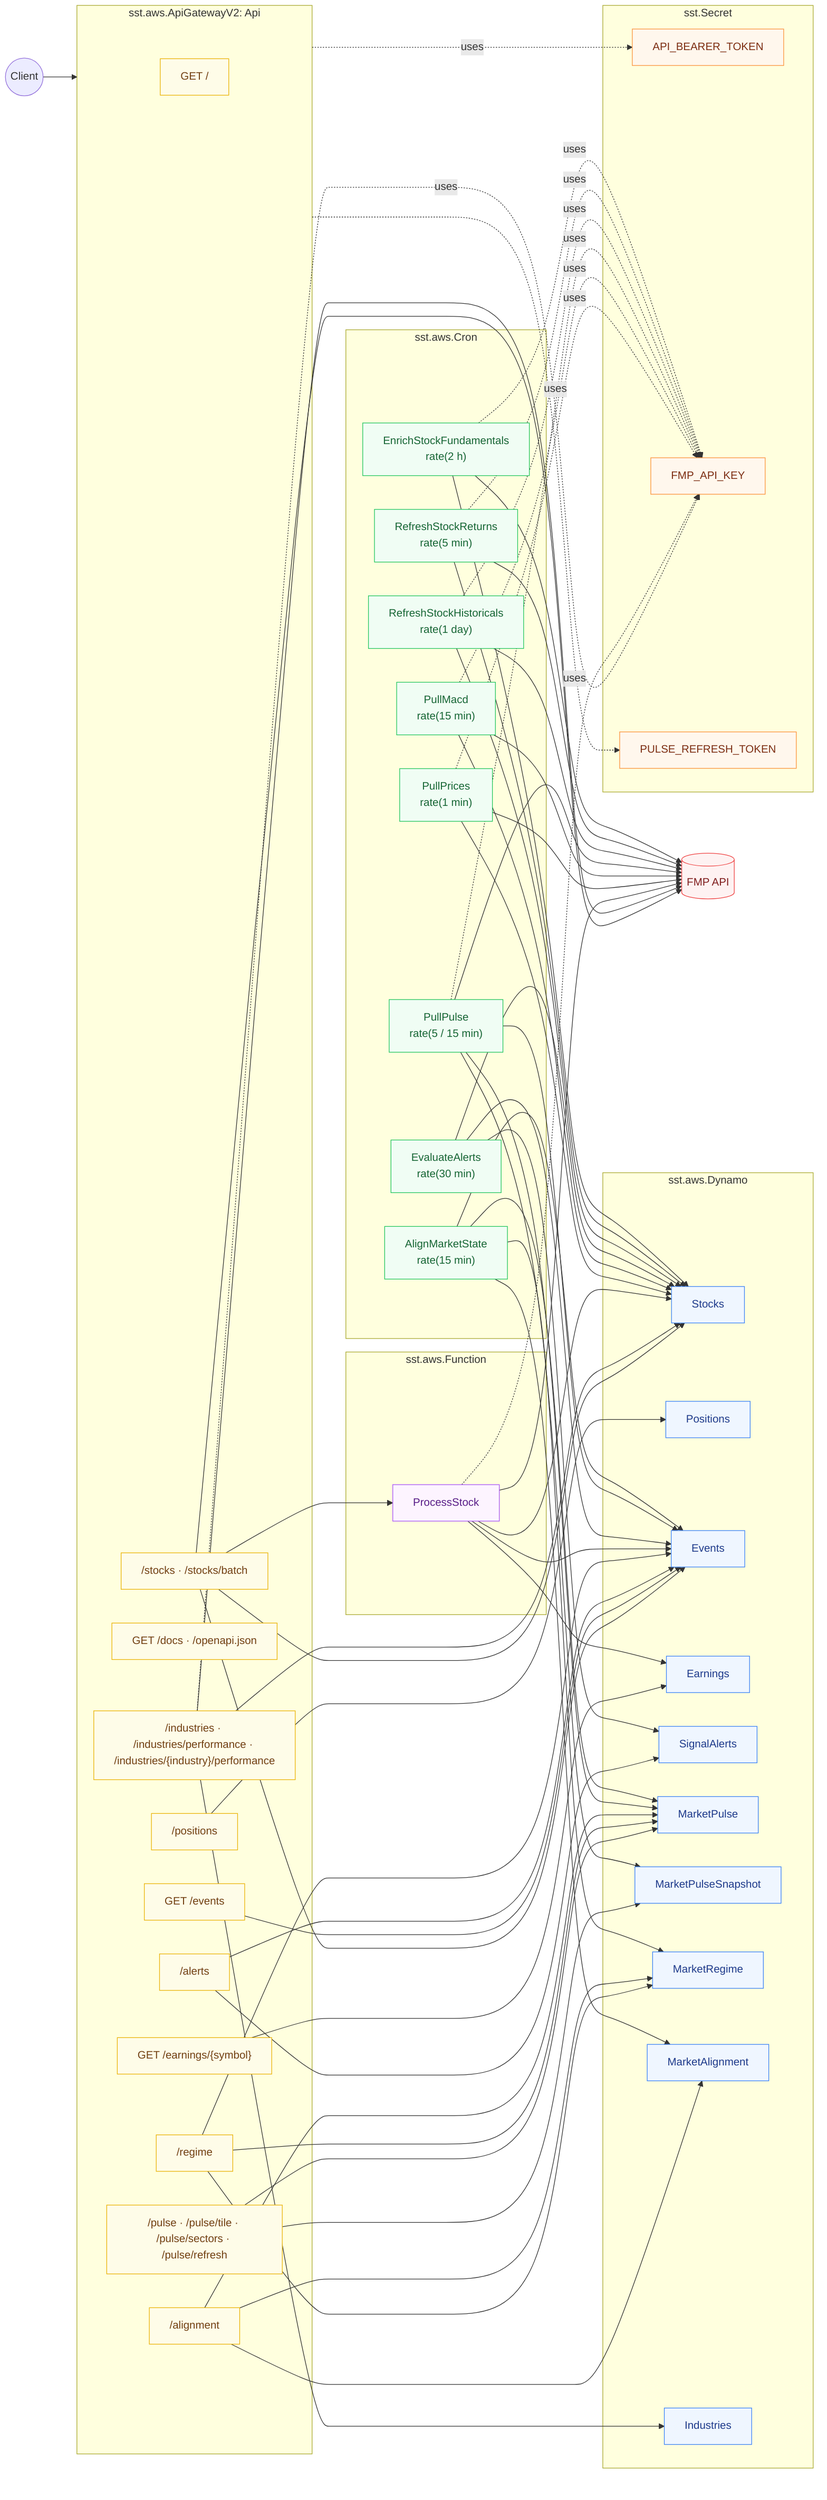
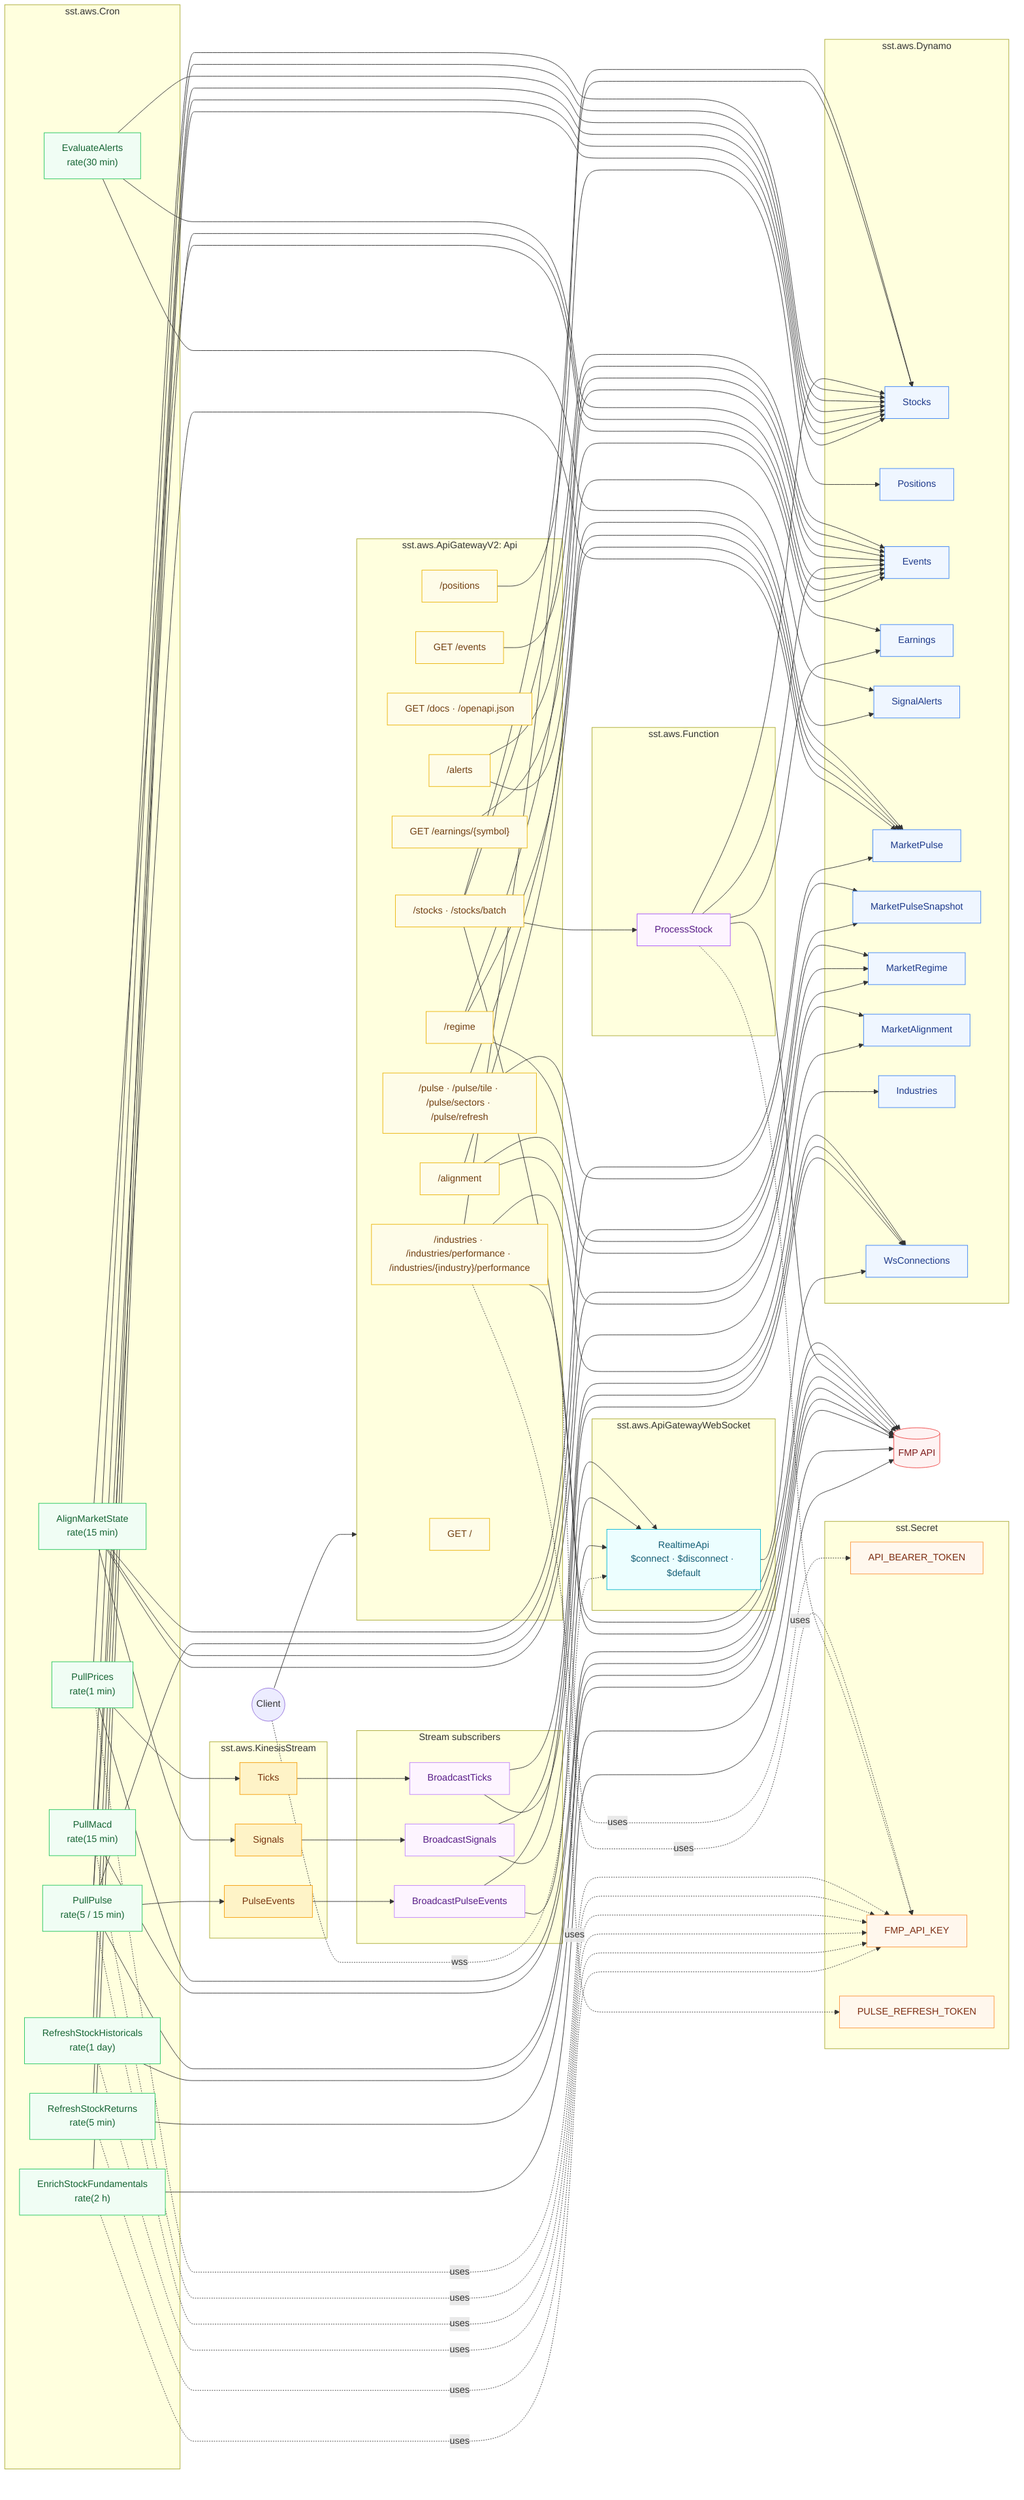
%% rendered: ./sst-architecture.svg
%% regenerate: mmdc -i sst-architecture.mmd -o sst-architecture.svg -b transparent
flowchart LR
  subgraph Secrets["sst.Secret"]
    SEC_BEARER[API_BEARER_TOKEN]
    SEC_FMP[FMP_API_KEY]
    SEC_REFRESH[PULSE_REFRESH_TOKEN]
  end

  subgraph Tables["sst.aws.Dynamo"]
    T_STOCKS[Stocks]
    T_POSITIONS[Positions]
    T_EVENTS[Events]
    T_EARNINGS[Earnings]
    T_ALERTS[SignalAlerts]
    T_PULSE[MarketPulse]
    T_PULSE_SNAP[MarketPulseSnapshot]
    T_REGIME[MarketRegime]
    T_ALIGN[MarketAlignment]
    T_INDUSTRIES[Industries]
+     T_WS[WsConnections]
+   end
+ 
+   subgraph Streams["sst.aws.KinesisStream"]
+     K_TICKS[Ticks]
+     K_SIGNALS[Signals]
+     K_PULSE_EV[PulseEvents]
+   end
+ 
+   subgraph Realtime["sst.aws.ApiGatewayWebSocket"]
+     RT_API["RealtimeApi<br/>$connect · $disconnect · $default"]
+   end
+ 
+   subgraph Broadcasters["Stream subscribers"]
+     B_TICKS[BroadcastTicks]
+     B_SIGNALS[BroadcastSignals]
+     B_PULSE[BroadcastPulseEvents]
  end

  subgraph Crons["sst.aws.Cron"]
    C_PRICES["PullPrices<br/>rate(1 min)"]
    C_MACD["PullMacd<br/>rate(15 min)"]
    C_ALERTS["EvaluateAlerts<br/>rate(30 min)"]
    C_PULSE["PullPulse<br/>rate(5 / 15 min)"]
    C_ALIGN["AlignMarketState<br/>rate(15 min)"]
    C_HIST["RefreshStockHistoricals<br/>rate(1 day)"]
    C_RETURNS["RefreshStockReturns<br/>rate(5 min)"]
    C_ENRICH["EnrichStockFundamentals<br/>rate(2 h)"]
  end

  subgraph Functions["sst.aws.Function"]
    F_PROCESS[ProcessStock]
  end

  subgraph Api["sst.aws.ApiGatewayV2: Api"]
    R_HEALTH["GET /"]
    R_EVENTS["GET /events"]
    R_DOCS["GET /docs · /openapi.json"]
    R_STOCKS["/stocks · /stocks/batch"]
    R_EARNINGS["GET /earnings/{symbol}"]
    R_ALERTS["/alerts"]
    R_PULSE["/pulse · /pulse/tile · /pulse/sectors · /pulse/refresh"]
    R_REGIME["/regime"]
    R_ALIGNMENT["/alignment"]
    R_POSITIONS["/positions"]
    R_INDUSTRIES["/industries · /industries/performance · /industries/{industry}/performance"]
  end

  FMP[("FMP API")]
  Client((Client))

  Client --> Api

  R_STOCKS --> T_STOCKS
  R_STOCKS --> T_EVENTS
  R_STOCKS --> F_PROCESS
  R_STOCKS --> FMP
  R_EARNINGS --> T_EARNINGS
  R_EVENTS --> T_EVENTS
  R_ALERTS --> T_ALERTS
  R_ALERTS --> T_EVENTS
  R_PULSE --> T_PULSE
  R_PULSE --> T_PULSE_SNAP
  R_REGIME --> T_REGIME
  R_REGIME --> T_PULSE
  R_REGIME --> T_EVENTS
  R_ALIGNMENT --> T_ALIGN
  R_ALIGNMENT --> T_REGIME
  R_ALIGNMENT --> T_PULSE
  R_POSITIONS --> T_POSITIONS
  R_INDUSTRIES --> T_INDUSTRIES
  R_INDUSTRIES --> T_STOCKS
  R_INDUSTRIES --> FMP

  Api -. uses .-> SEC_BEARER
  Api -. uses .-> SEC_REFRESH
  R_INDUSTRIES -. uses .-> SEC_FMP

  F_PROCESS --> T_STOCKS
  F_PROCESS --> T_EARNINGS
  F_PROCESS --> T_EVENTS
  F_PROCESS --> FMP
  F_PROCESS -. uses .-> SEC_FMP

  C_PRICES --> T_STOCKS
  C_PRICES --> FMP
+   C_PRICES --> K_TICKS
+   C_PULSE --> K_PULSE_EV
+   C_ALIGN --> K_SIGNALS
+ 
+   K_TICKS --> B_TICKS
+   K_SIGNALS --> B_SIGNALS
+   K_PULSE_EV --> B_PULSE
+   B_TICKS --> T_WS
+   B_SIGNALS --> T_WS
+   B_PULSE --> T_WS
+   B_TICKS --> RT_API
+   B_SIGNALS --> RT_API
+   B_PULSE --> RT_API
+   RT_API --> T_WS
+   Client -. wss .-> RT_API
  C_MACD --> T_STOCKS
  C_MACD --> FMP
  C_ALERTS --> T_STOCKS
  C_ALERTS --> T_ALERTS
  C_ALERTS --> T_EVENTS
  C_PULSE --> T_PULSE
  C_PULSE --> T_PULSE_SNAP
  C_PULSE --> T_EVENTS
  C_PULSE --> FMP
  C_ALIGN --> T_PULSE
  C_ALIGN --> T_REGIME
  C_ALIGN --> T_ALIGN
  C_ALIGN --> T_EVENTS
  C_HIST --> T_STOCKS
  C_HIST --> FMP
  C_RETURNS --> T_STOCKS
  C_RETURNS --> FMP
  C_ENRICH --> T_STOCKS
  C_ENRICH --> FMP

  C_PRICES -. uses .-> SEC_FMP
  C_MACD -. uses .-> SEC_FMP
  C_PULSE -. uses .-> SEC_FMP
  C_HIST -. uses .-> SEC_FMP
  C_RETURNS -. uses .-> SEC_FMP
  C_ENRICH -. uses .-> SEC_FMP

  classDef secret fill:#fff7ed,stroke:#fb923c,color:#7c2d12
  classDef table fill:#eff6ff,stroke:#3b82f6,color:#1e3a8a
  classDef cron fill:#f0fdf4,stroke:#22c55e,color:#166534
  classDef fn fill:#fdf4ff,stroke:#a855f7,color:#581c87
  classDef route fill:#fefce8,stroke:#eab308,color:#713f12
  classDef ext fill:#fef2f2,stroke:#ef4444,color:#7f1d1d

  class SEC_BEARER,SEC_FMP,SEC_REFRESH secret
-   class T_STOCKS,T_POSITIONS,T_EVENTS,T_EARNINGS,T_ALERTS,T_PULSE,T_PULSE_SNAP,T_REGIME,T_ALIGN,T_INDUSTRIES table
+   class T_STOCKS,T_POSITIONS,T_EVENTS,T_EARNINGS,T_ALERTS,T_PULSE,T_PULSE_SNAP,T_REGIME,T_ALIGN,T_INDUSTRIES,T_WS table
+   classDef stream fill:#fef3c7,stroke:#f59e0b,color:#78350f
+   classDef rt fill:#ecfeff,stroke:#06b6d4,color:#155e75
+   classDef broadcaster fill:#fdf4ff,stroke:#c084fc,color:#581c87
+   class K_TICKS,K_SIGNALS,K_PULSE_EV stream
+   class RT_API rt
+   class B_TICKS,B_SIGNALS,B_PULSE broadcaster
  class C_PRICES,C_MACD,C_ALERTS,C_PULSE,C_ALIGN,C_HIST,C_RETURNS,C_ENRICH cron
  class F_PROCESS fn
  class R_HEALTH,R_EVENTS,R_DOCS,R_STOCKS,R_EARNINGS,R_ALERTS,R_PULSE,R_REGIME,R_ALIGNMENT,R_POSITIONS,R_INDUSTRIES route
  class FMP ext
